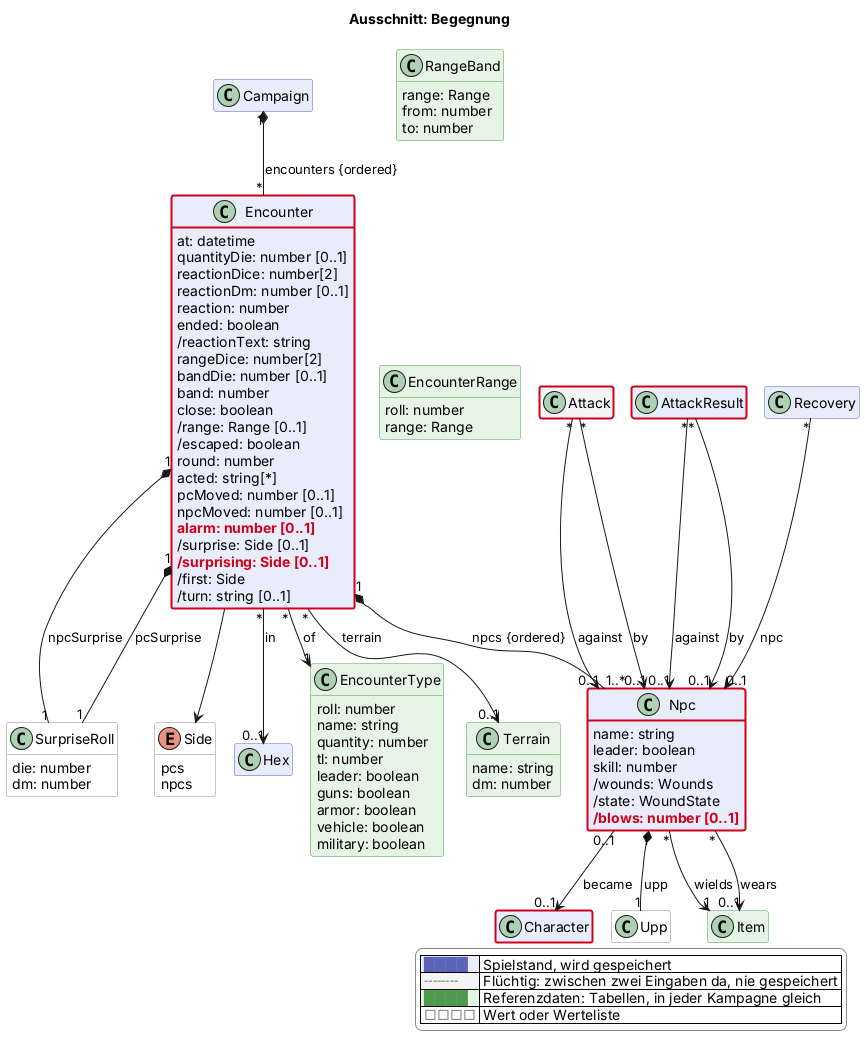
Before: docs/views/begegnung.png, a diagram exported from PlantUML (scuzzar/SRE). Source of this version:
```plantuml
@startuml
!if %not(%variable_exists("$change"))
!$change = "*"
!endif
!function $marked($c)
!return $change == "*" || $change == $c
!endfunction
!function $new($c, $t)
!if $marked($c)
!return "<color:#d0021b><b>" + $t + "</b></color>"
!endif
!return $t
!endfunction
!procedure $gone($c, $t)
!if $marked($c)
<color:#d0021b><s>$t</s></color>
!endif
!endprocedure
!function $newClass($c)
!if $marked($c)
!return "#line:d0021b;line.bold"
!endif
!return ""
!endfunction
!function $newArrow($c)
!if $marked($c)
!return "[#d0021b,bold]"
!endif
!return ""
!endfunction
!pragma layout smetana
title Ausschnitt: Begegnung
hide empty members
hide methods
skinparam classAttributeIconSize 0
skinparam shadowing false
skinparam packageStyle rectangle
skinparam class {
  BackgroundColor #e8ecfb
  BorderColor #5b64b8
  BackgroundColor<<transient>> #f4f4f4
  BorderColor<<transient>> #8a8a8a
  BackgroundColor<<reference>> #e6f4e6
  BorderColor<<reference>> #4f9a4f
  BackgroundColor<<value>> #ffffff
  BorderColor<<value>> #8a8a8a
}
skinparam legendBackgroundColor #ffffff
skinparam legendBorderColor #8a8a8a
<style>
classDiagram {
  class {
    .transient {
      LineStyle 5-3
    }
  }
}
</style>
hide <<transient>> stereotype
hide <<reference>> stereotype
hide <<value>> stereotype

  class Campaign $kampagne
  class Character $charakter
  class Upp <<value>> $charakter


  class Hex $sektor


  class Attack <<transient>> $kampf
  class AttackResult $kampf
  class Recovery $kampf
  class Encounter $begegnung {
    at: datetime
    quantityDie: number [0..1]
    reactionDice: number[2]
    reactionDm: number [0..1]
    reaction: number
    ended: boolean
    /reactionText: string
    rangeDice: number[2]
    bandDie: number [0..1]
    band: number
    close: boolean
    /range: Range [0..1]
    /escaped: boolean
    round: number
    acted: string[*]
    pcMoved: number [0..1]
    npcMoved: number [0..1]
    $new("2026-11-07d", "alarm: number [0..1]")
    /surprise: Side [0..1]
    $new("2026-11-07d", "/surprising: Side [0..1]")
    /first: Side
    /turn: string [0..1]
  }
  class SurpriseRoll <<value>> $begegnung {
    die: number
    dm: number
  }
  enum Side <<value>> $begegnung {
    pcs
    npcs
  }
  class Terrain <<reference>> $begegnung {
    name: string
    dm: number
  }
  class EncounterRange <<reference>> $begegnung {
    roll: number
    range: Range
  }
  class RangeBand <<reference>> $begegnung {
    range: Range
    from: number
    to: number
  }
  class Npc $begegnung {
    name: string
    leader: boolean
    skill: number
    /wounds: Wounds
    /state: WoundState
    $new("2026-11-07d", "/blows: number [0..1]")
  }
  class EncounterType <<reference>> $begegnung {
    roll: number
    name: string
    quantity: number
    tl: number
    leader: boolean
    guns: boolean
    armor: boolean
    vehicle: boolean
    military: boolean
  }

  class Item <<reference>> $shop







Recovery "*" --> "0..1" Npc : npc


Attack "*" --> "0..1" Npc : by
Attack "*" --> "0..1" Npc : against
AttackResult "*" --> "0..1" Npc : by
AttackResult "*" --> "0..1" Npc : against

Campaign "1" *-- "*" Encounter : encounters {ordered}
Encounter "*" --> "1" EncounterType : of
Encounter "*" --> "0..1" Terrain : terrain
Encounter "1" *-- "1" SurpriseRoll : pcSurprise
Encounter "1" *-- "1" SurpriseRoll : npcSurprise
Encounter --> Side
EncounterRange -[hidden]- Terrain
RangeBand -[hidden]- EncounterRange
Encounter "*" --> "0..1" Hex : in
Encounter "1" *-- "1..*" Npc : npcs {ordered}
Npc "1" *-- "1" Upp : upp
Npc "*" --> "1" Item : wields
Npc "*" --> "0..1" Item : wears
Npc "0..1" --> "0..1" Character : became



legend right
  |<#e8ecfb> <color:#5b64b8>████</color> | Spielstand, wird gespeichert |
  |<#f4f4f4> <color:#8a8a8a>╌╌╌╌</color> | Flüchtig: zwischen zwei Eingaben da, nie gespeichert |
  |<#e6f4e6> <color:#4f9a4f>████</color> | Referenzdaten: Tabellen, in jeder Kampagne gleich |
  |<#ffffff> <color:#8a8a8a>□□□□</color> | Wert oder Werteliste |
endlegend
class Character #line:d0021b;line.bold
class Attack #line:d0021b;line.bold
class AttackResult #line:d0021b;line.bold
class Encounter #line:d0021b;line.bold
class Npc #line:d0021b;line.bold
@enduml
```
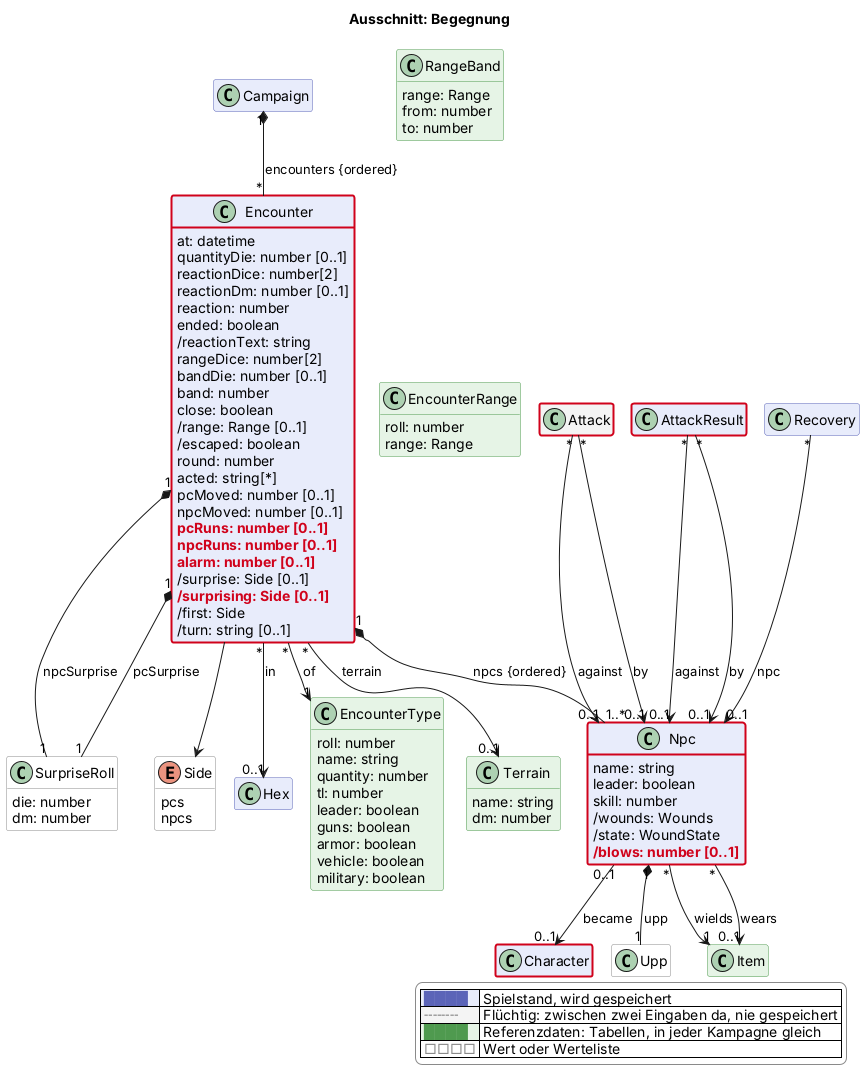
The same diagram one commit later.

The edit, as a diff of the source:
```diff
@@ -89,6 +89,8 @@
     acted: string[*]
     pcMoved: number [0..1]
     npcMoved: number [0..1]
+    $new("2026-11-07d", "pcRuns: number [0..1]")
+    $new("2026-11-07d", "npcRuns: number [0..1]")
     $new("2026-11-07d", "alarm: number [0..1]")
     /surprise: Side [0..1]
     $new("2026-11-07d", "/surprising: Side [0..1]")
```
